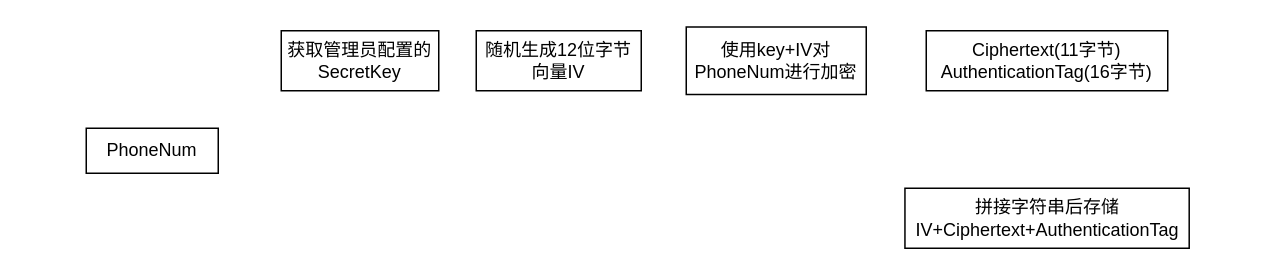
The draw.io diagram DrawIO_file/流程图/AES加密流程图.drawio in DingDongZz/typera_PicGO, before the edit. Source tidied: cells renumbered, new cells numbered last; positions are measured from the earlier drawing's top-left corner, leaving out a move shared by most shapes. Both pictures are drawn from the tidied source at 150%, with x=0, y=0 at pixel (86, 26).
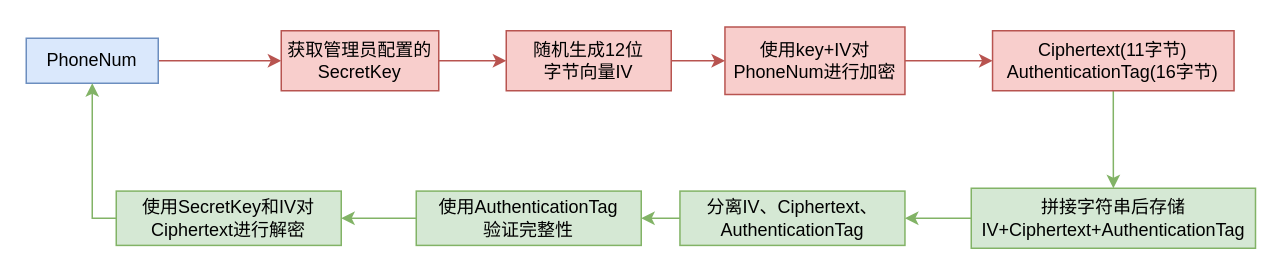
The same diagram, later.

Commit message:
更新AES加密流程图.drawio

What changed in the source:
```diff
@@
+    <mxCell id="8" style="edgeStyle=orthogonalEdgeStyle;rounded=0;jettySize=auto;html=1;entryX=0;entryY=0.5;entryDx=0;entryDy=0;fillColor=#f8cecc;strokeColor=#b85450;" parent="1" edge="1" source="2" target="3">
+      <mxGeometry relative="1" as="geometry" />
+    </mxCell>
-    <mxCell id="2" value="PhoneNum" style="rounded=0;whiteSpace=wrap;html=1;" parent="1" vertex="1">
-      <mxGeometry y="68" width="88" height="30" as="geometry" />
+    <mxCell id="2" value="PhoneNum" style="rounded=0;whiteSpace=wrap;html=1;fillColor=#dae8fc;strokeColor=#6c8ebf;" parent="1" vertex="1">
+      <mxGeometry x="-40" y="8" width="88" height="30" as="geometry" />
     </mxCell>
+    <mxCell id="9" style="edgeStyle=orthogonalEdgeStyle;rounded=0;jettySize=auto;html=1;entryX=0;entryY=0.5;entryDx=0;entryDy=0;fillColor=#f8cecc;strokeColor=#b85450;" parent="1" edge="1" source="3" target="4">
+      <mxGeometry relative="1" as="geometry" />
+    </mxCell>
-    <mxCell id="3" value="获取管理员配置的SecretKey" style="rounded=0;whiteSpace=wrap;html=1;" parent="1" vertex="1">
+    <mxCell id="3" value="获取管理员配置的SecretKey" style="rounded=0;whiteSpace=wrap;html=1;fillColor=#f8cecc;strokeColor=#b85450;" parent="1" vertex="1">
       <mxGeometry x="130" y="3" width="105" height="40" as="geometry" />
     </mxCell>
+    <mxCell id="10" style="edgeStyle=orthogonalEdgeStyle;rounded=0;jettySize=auto;html=1;entryX=0;entryY=0.5;entryDx=0;entryDy=0;fillColor=#f8cecc;strokeColor=#b85450;" parent="1" edge="1" source="4" target="5">
+      <mxGeometry relative="1" as="geometry" />
+    </mxCell>
-    <mxCell id="4" value="随机生成12位字节向量IV" style="rounded=0;whiteSpace=wrap;html=1;" parent="1" vertex="1">
-      <mxGeometry x="260" y="3" width="110" height="40" as="geometry" />
+    <mxCell id="4" value="随机生成12位&lt;br&gt;字节向量IV" style="rounded=0;whiteSpace=wrap;html=1;fillColor=#f8cecc;strokeColor=#b85450;" parent="1" vertex="1">
+      <mxGeometry x="280" y="3" width="110" height="40" as="geometry" />
     </mxCell>
+    <mxCell id="11" style="edgeStyle=orthogonalEdgeStyle;rounded=0;jettySize=auto;html=1;entryX=0;entryY=0.5;entryDx=0;entryDy=0;fillColor=#f8cecc;strokeColor=#b85450;" parent="1" edge="1" source="5" target="6">
+      <mxGeometry relative="1" as="geometry" />
+    </mxCell>
-    <mxCell id="5" value="使用key+IV对PhoneNum进行加密" style="rounded=0;whiteSpace=wrap;html=1;" parent="1" vertex="1">
-      <mxGeometry x="400" y="0.5" width="120" height="45" as="geometry" />
+    <mxCell id="5" value="使用key+IV对PhoneNum进行加密" style="rounded=0;whiteSpace=wrap;html=1;fillColor=#f8cecc;strokeColor=#b85450;" parent="1" vertex="1">
+      <mxGeometry x="425.8" y="0.5" width="120" height="45" as="geometry" />
     </mxCell>
+    <mxCell id="12" style="edgeStyle=orthogonalEdgeStyle;rounded=0;jettySize=auto;html=1;entryX=0.5;entryY=0;entryDx=0;entryDy=0;fillColor=#d5e8d4;strokeColor=#82b366;" parent="1" edge="1" source="6" target="7">
+      <mxGeometry relative="1" as="geometry" />
+    </mxCell>
-    <mxCell id="6" value="Ciphertext(11字节)&lt;br&gt;AuthenticationTag(16字节)" style="rounded=0;whiteSpace=wrap;html=1;" parent="1" vertex="1">
-      <mxGeometry x="560" y="3" width="161" height="40" as="geometry" />
+    <mxCell id="6" value="Ciphertext(11字节)&lt;br&gt;AuthenticationTag(16字节)" style="rounded=0;whiteSpace=wrap;html=1;fillColor=#f8cecc;strokeColor=#b85450;" parent="1" vertex="1">
+      <mxGeometry x="604.2" y="3" width="161" height="40" as="geometry" />
     </mxCell>
+    <mxCell id="13" style="edgeStyle=orthogonalEdgeStyle;rounded=0;jettySize=auto;html=1;entryX=1;entryY=0.5;entryDx=0;entryDy=0;fillColor=#d5e8d4;strokeColor=#82b366;" parent="1" edge="1" source="7" target="15">
+      <mxGeometry relative="1" as="geometry" />
+    </mxCell>
-    <mxCell id="7" value="拼接字符串后存储IV+Ciphertext+AuthenticationTag" style="rounded=0;whiteSpace=wrap;html=1;" parent="1" vertex="1">
-      <mxGeometry x="545.8" y="108" width="189.5" height="40" as="geometry" />
+    <mxCell id="7" value="拼接字符串后存储IV+Ciphertext+AuthenticationTag" style="rounded=0;whiteSpace=wrap;html=1;fillColor=#d5e8d4;strokeColor=#82b366;" parent="1" vertex="1">
+      <mxGeometry x="590" y="108" width="189.5" height="40" as="geometry" />
     </mxCell>
+    <mxCell id="14" style="edgeStyle=orthogonalEdgeStyle;rounded=0;jettySize=auto;html=1;entryX=1;entryY=0.5;entryDx=0;entryDy=0;fillColor=#d5e8d4;strokeColor=#82b366;" parent="1" edge="1" source="15" target="19">
+      <mxGeometry relative="1" as="geometry" />
+    </mxCell>
+    <mxCell id="15" value="分离IV、Ciphertext、AuthenticationTag" style="rounded=0;whiteSpace=wrap;html=1;fillColor=#d5e8d4;strokeColor=#82b366;" parent="1" vertex="1">
+      <mxGeometry x="395.8" y="109.9" width="150" height="36.2" as="geometry" />
+    </mxCell>
+    <mxCell id="16" style="edgeStyle=orthogonalEdgeStyle;rounded=0;jettySize=auto;html=1;entryX=0.5;entryY=1;entryDx=0;entryDy=0;fillColor=#d5e8d4;strokeColor=#82b366;" parent="1" edge="1" source="17" target="2">
+      <mxGeometry relative="1" as="geometry">
+        <Array as="points">
+          <mxPoint x="4" y="128" />
+        </Array>
+      </mxGeometry>
+    </mxCell>
+    <mxCell id="17" value="使用SecretKey和IV对Ciphertext进行解密" style="rounded=0;whiteSpace=wrap;html=1;fillColor=#d5e8d4;strokeColor=#82b366;" parent="1" vertex="1">
+      <mxGeometry x="20" y="109.9" width="150" height="36.2" as="geometry" />
+    </mxCell>
+    <mxCell id="18" style="edgeStyle=orthogonalEdgeStyle;rounded=0;jettySize=auto;html=1;entryX=1;entryY=0.5;entryDx=0;entryDy=0;fillColor=#d5e8d4;strokeColor=#82b366;" parent="1" edge="1" source="19" target="17">
+      <mxGeometry relative="1" as="geometry" />
+    </mxCell>
+    <mxCell id="19" value="使用AuthenticationTag&lt;br&gt;验证完整性" style="rounded=0;whiteSpace=wrap;html=1;fillColor=#d5e8d4;strokeColor=#82b366;" parent="1" vertex="1">
+      <mxGeometry x="220" y="109.9" width="150" height="36.2" as="geometry" />
+    </mxCell>
```
